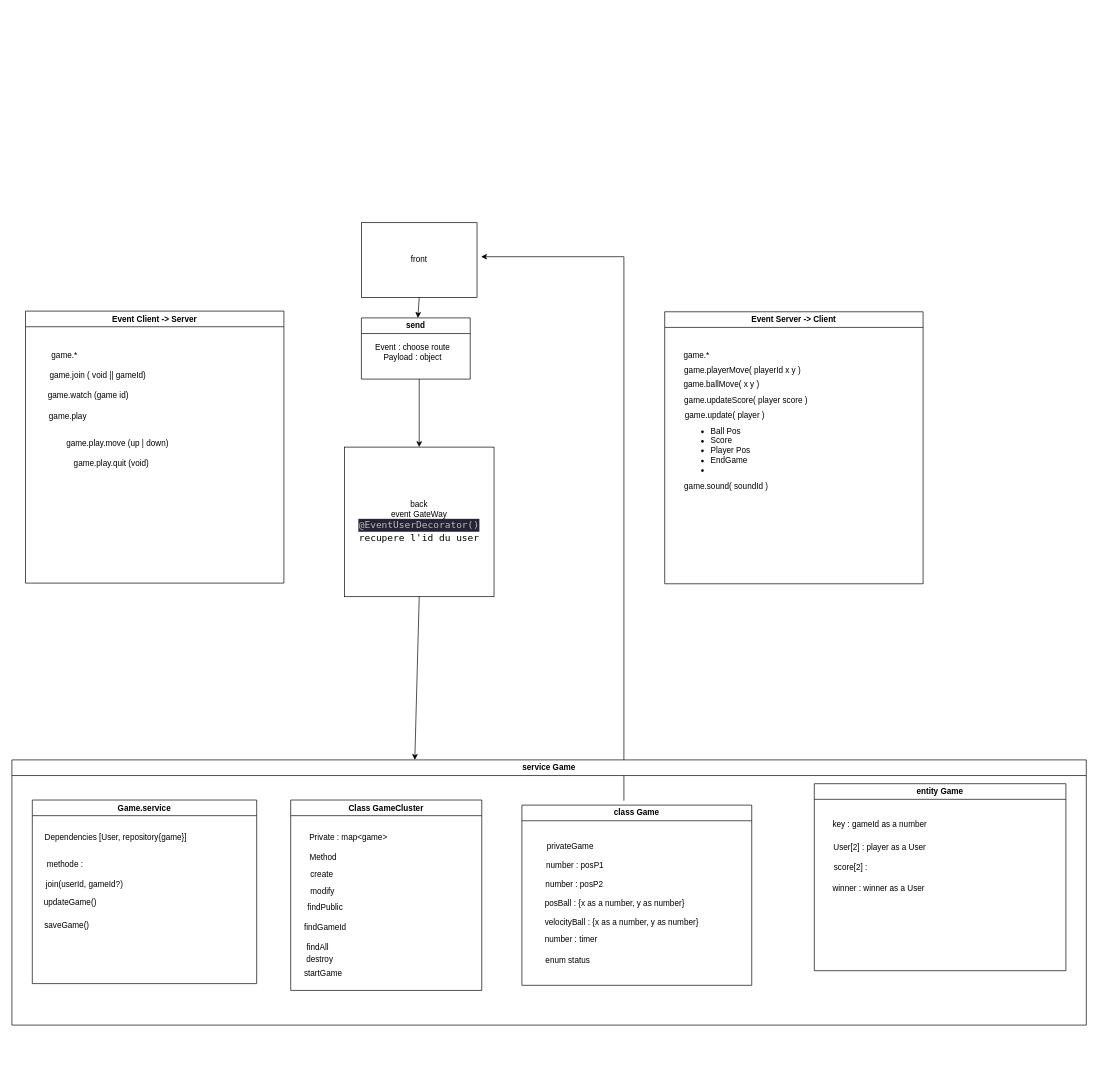
fleblay/42-ft_transcendence keeps this draw.io diagram as info/GameArchitecture.drawio. Above is the earlier version. Source tidied: cells renumbered, new cells numbered last; positions are measured from the earlier drawing's top-left corner, leaving out a move shared by most shapes. Both pictures are drawn from the tidied source at 68%, with x=0, y=0 at pixel (12, 222).
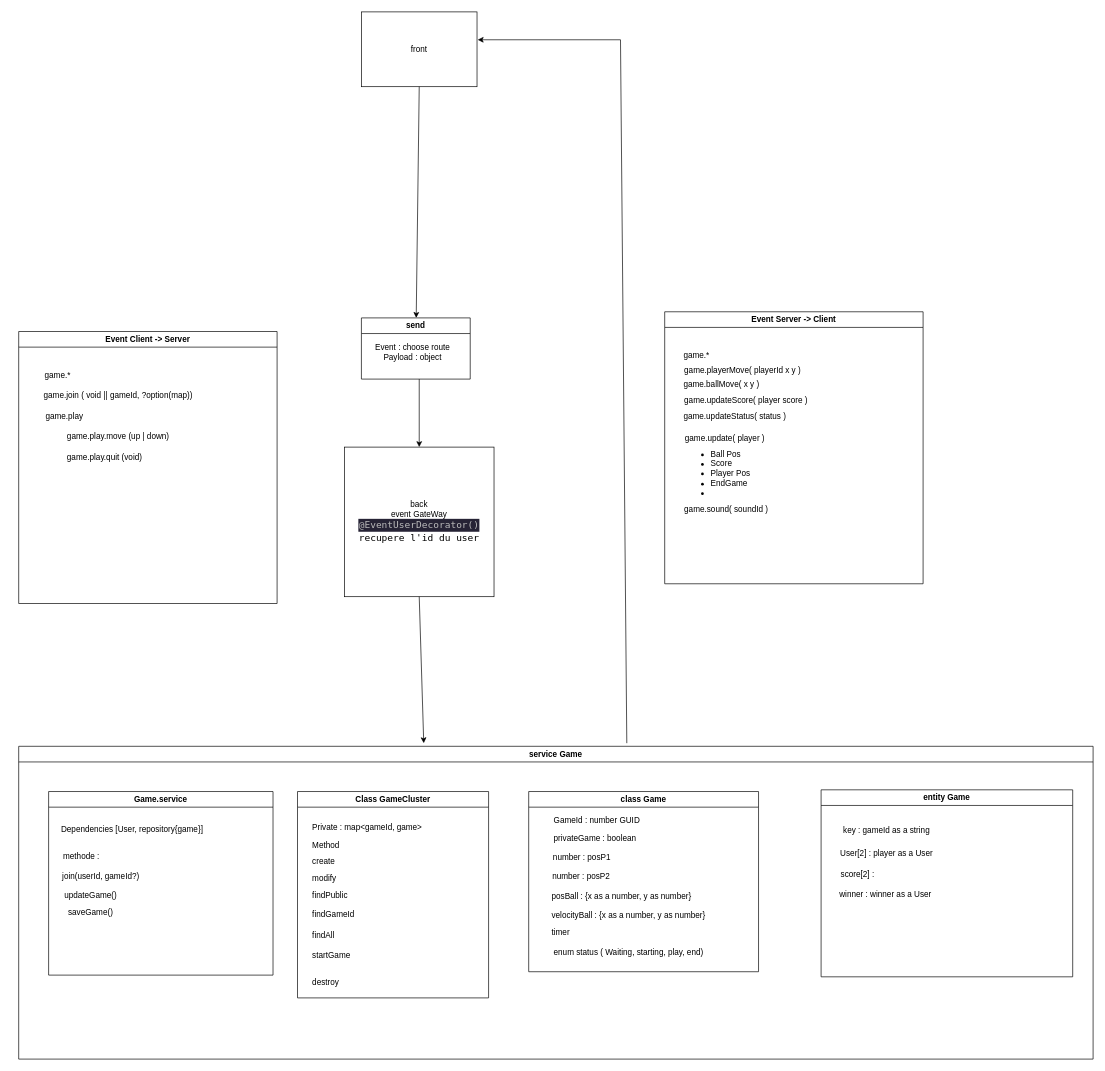
The same page after the edit.

Commit message:
Mettre à jour GameArchitecture.drawio

Unchanged cells that the change refers to:
```xml
<mxCell id="3" value="back&lt;br&gt;event GateWay&lt;br&gt;&lt;div style=&quot;color: rgb(187, 187, 187); background-color: rgb(38, 35, 53); font-family: &amp;quot;Droid Sans Mono&amp;quot;, &amp;quot;monospace&amp;quot;, monospace; font-size: 14px; line-height: 19px;&quot;&gt;@EventUserDecorator()&lt;/div&gt;&lt;div style=&quot;font-family: &amp;quot;Droid Sans Mono&amp;quot;, &amp;quot;monospace&amp;quot;, monospace; font-size: 14px; line-height: 19px;&quot;&gt;&lt;span style=&quot;background-color: rgb(255, 255, 255);&quot;&gt;recupere l'id du user&lt;/span&gt;&lt;/div&gt;" style="whiteSpace=wrap;html=1;" parent="1" vertex="1">
  <mxGeometry x="489" y="330" width="220" height="220" as="geometry" />
</mxCell>
<mxCell id="22" value="Event Server -&amp;gt; Client" style="swimlane;whiteSpace=wrap;html=1;" parent="1" vertex="1">
  <mxGeometry x="960" y="131" width="380" height="400" as="geometry" />
</mxCell>
<mxCell id="47" value="class Game" style="swimlane;whiteSpace=wrap;html=1;" parent="30" vertex="1">
  <mxGeometry x="750" y="66.5" width="338" height="265" as="geometry" />
</mxCell>
```

Diff of the diagram source:
```diff
@@
     <mxCell id="2" value="front" style="rounded=0;whiteSpace=wrap;html=1;" parent="1" vertex="1">
-      <mxGeometry x="514" width="170" height="110" as="geometry" />
+      <mxGeometry x="514" y="-310" width="170" height="110" as="geometry" />
     </mxCell>
@@
     <mxCell id="7" value="Event Client -&amp;gt; Server" style="swimlane;whiteSpace=wrap;html=1;" parent="1" vertex="1">
-      <mxGeometry x="20" y="130" width="380" height="400" as="geometry" />
+      <mxGeometry x="10" y="160" width="380" height="400" as="geometry" />
     </mxCell>
@@
-    <mxCell id="9" value="game.join ( void || gameId)" style="text;html=1;align=center;verticalAlign=middle;strokeColor=none;fillColor=none;" parent="7" vertex="1">
-      <mxGeometry x="21" y="80" width="170" height="30" as="geometry" />
+    <mxCell id="9" value="game.join ( void || gameId, ?option(map))" style="text;html=1;align=center;verticalAlign=middle;strokeColor=none;fillColor=none;" parent="7" vertex="1">
+      <mxGeometry x="26" y="80" width="240" height="30" as="geometry" />
     </mxCell>
-    <mxCell id="10" value="game.watch (game id)" style="text;html=1;align=center;verticalAlign=middle;strokeColor=none;fillColor=none;" parent="7" vertex="1">
-      <mxGeometry x="22" y="110" width="140" height="30" as="geometry" />
-    </mxCell>
     <mxCell id="11" value="game.play" style="text;html=1;align=center;verticalAlign=middle;strokeColor=none;fillColor=none;" parent="7" vertex="1">
-      <mxGeometry x="22" y="140" width="80" height="30" as="geometry" />
+      <mxGeometry x="27" y="110" width="80" height="30" as="geometry" />
     </mxCell>
     <mxCell id="12" value="game.play.move (up | down)" style="text;html=1;align=center;verticalAlign=middle;strokeColor=none;fillColor=none;" parent="7" vertex="1">
-      <mxGeometry x="50" y="180" width="170" height="30" as="geometry" />
+      <mxGeometry x="61" y="140" width="170" height="30" as="geometry" />
     </mxCell>
     <mxCell id="13" value="game.play.quit (void)" style="text;html=1;align=center;verticalAlign=middle;strokeColor=none;fillColor=none;" parent="7" vertex="1">
-      <mxGeometry x="61" y="210" width="130" height="30" as="geometry" />
+      <mxGeometry x="61" y="170" width="130" height="30" as="geometry" />
     </mxCell>
-    <mxCell id="14" style="endArrow=classic;html=1;rounded=0;exitX=0.5;exitY=1;exitDx=0;exitDy=0;entryX=0.375;entryY=0;entryDx=0;entryDy=0;entryPerimeter=0;" parent="1" edge="1" source="3" target="30">
+    <mxCell id="14" style="endArrow=classic;html=1;rounded=0;exitX=0.5;exitY=1;exitDx=0;exitDy=0;entryX=0.377;entryY=-0.01;entryDx=0;entryDy=0;entryPerimeter=0;" parent="1" edge="1" source="3" target="30">
       <mxGeometry relative="1" as="geometry" />
     </mxCell>
-    <mxCell id="15" value="entity Game" style="swimlane;whiteSpace=wrap;html=1;startSize=23;" parent="1" vertex="1">
-      <mxGeometry x="1180" y="825" width="370" height="275" as="geometry" />
-    </mxCell>
-    <mxCell id="16" value="key : gameId as a number" style="text;html=1;align=center;verticalAlign=middle;strokeColor=none;fillColor=none;" parent="15" vertex="1">
-      <mxGeometry x="16" y="45" width="160" height="30" as="geometry" />
-    </mxCell>
-    <mxCell id="17" value="User[2] : player as a User" style="text;html=1;align=center;verticalAlign=middle;strokeColor=none;fillColor=none;" parent="15" vertex="1">
-      <mxGeometry x="16" y="79" width="160" height="30" as="geometry" />
-    </mxCell>
-    <mxCell id="18" value="score[2] :&amp;nbsp;" style="text;html=1;align=center;verticalAlign=middle;strokeColor=none;fillColor=none;" parent="15" vertex="1">
-      <mxGeometry x="15" y="109" width="80" height="30" as="geometry" />
-    </mxCell>
-    <mxCell id="19" value="winner : winner as a User&amp;nbsp;" style="text;html=1;align=center;verticalAlign=middle;strokeColor=none;fillColor=none;" parent="15" vertex="1">
-      <mxGeometry x="16" y="139" width="160" height="30" as="geometry" />
-    </mxCell>
-    <mxCell id="20" style="endArrow=classic;html=1;rounded=0;" parent="1" edge="1">
+    <mxCell id="20" style="endArrow=classic;html=1;rounded=0;exitX=0.566;exitY=-0.01;exitDx=0;exitDy=0;exitPerimeter=0;" parent="1" edge="1" source="30">
       <mxGeometry relative="1" as="geometry">
-        <mxPoint x="900" y="850" as="sourcePoint" />
-        <mxPoint x="690" y="50" as="targetPoint" />
+        <mxPoint x="685" y="-269" as="targetPoint" />
         <Array as="points">
-          <mxPoint x="900" y="50" />
+          <mxPoint x="895" y="-269" />
         </Array>
       </mxGeometry>
     </mxCell>
@@
     <mxCell id="25" value="&lt;ul&gt;&lt;li&gt;Ball Pos&lt;/li&gt;&lt;li&gt;Score&lt;/li&gt;&lt;li&gt;Player Pos&lt;/li&gt;&lt;li&gt;EndGame&lt;/li&gt;&lt;li&gt;&lt;br&gt;&lt;/li&gt;&lt;/ul&gt;" style="text;html=1;align=left;verticalAlign=middle;strokeColor=none;fillColor=none;" parent="22" vertex="1">
-      <mxGeometry x="26" y="149" width="120" height="110" as="geometry" />
+      <mxGeometry x="26" y="183" width="120" height="110" as="geometry" />
     </mxCell>
+    <mxCell id="55" value="game.updateStatus( status )" style="text;html=1;align=left;verticalAlign=middle;strokeColor=none;fillColor=none;" parent="22" vertex="1">
+      <mxGeometry x="26" y="139" width="170" height="30" as="geometry" />
+    </mxCell>
@@
     <mxCell id="28" value="game.update( player )&lt;span style=&quot;white-space: pre;&quot;&gt; &lt;/span&gt;" style="text;html=1;align=left;verticalAlign=middle;strokeColor=none;fillColor=none;" parent="1" vertex="1">
-      <mxGeometry x="988" y="268" width="160" height="30" as="geometry" />
+      <mxGeometry x="988" y="302" width="160" height="30" as="geometry" />
     </mxCell>
     <mxCell id="29" value="game.sound( soundId )&lt;span style=&quot;white-space: pre;&quot;&gt; &lt;/span&gt;" style="text;html=1;align=left;verticalAlign=middle;strokeColor=none;fillColor=none;" parent="1" vertex="1">
-      <mxGeometry x="987" y="373" width="160" height="30" as="geometry" />
+      <mxGeometry x="987" y="407" width="160" height="30" as="geometry" />
     </mxCell>
     <mxCell id="30" value="service Game" style="swimlane;whiteSpace=wrap;html=1;" parent="1" vertex="1">
-      <mxGeometry y="790" width="1580" height="390" as="geometry" />
+      <mxGeometry x="10" y="770" width="1580" height="460" as="geometry" />
     </mxCell>
     <mxCell id="31" value="Class GameCluster" style="swimlane;whiteSpace=wrap;html=1;startSize=23;" parent="30" vertex="1">
-      <mxGeometry x="410" y="59" width="281" height="280" as="geometry" />
+      <mxGeometry x="410" y="66.5" width="281" height="303.5" as="geometry" />
     </mxCell>
-    <mxCell id="32" value="create" style="text;html=1;strokeColor=none;fillColor=none;align=center;verticalAlign=middle;whiteSpace=wrap;rounded=0;" parent="31" vertex="1">
-      <mxGeometry x="16" y="94" width="60" height="30" as="geometry" />
+    <mxCell id="32" value="create" style="text;html=1;strokeColor=none;fillColor=none;align=left;verticalAlign=middle;whiteSpace=wrap;rounded=0;" parent="31" vertex="1">
+      <mxGeometry x="20" y="88.5" width="60" height="30" as="geometry" />
     </mxCell>
-    <mxCell id="33" value="modify" style="text;html=1;strokeColor=none;fillColor=none;align=center;verticalAlign=middle;whiteSpace=wrap;rounded=0;" parent="31" vertex="1">
-      <mxGeometry x="17" y="119" width="60" height="30" as="geometry" />
+    <mxCell id="33" value="modify" style="text;html=1;strokeColor=none;fillColor=none;align=left;verticalAlign=middle;whiteSpace=wrap;rounded=0;" parent="31" vertex="1">
+      <mxGeometry x="20" y="113.5" width="60" height="30" as="geometry" />
     </mxCell>
-    <mxCell id="34" value="findPublic" style="text;html=1;strokeColor=none;fillColor=none;align=center;verticalAlign=middle;whiteSpace=wrap;rounded=0;" parent="31" vertex="1">
-      <mxGeometry x="21" y="143" width="60" height="29" as="geometry" />
+    <mxCell id="34" value="findPublic" style="text;html=1;strokeColor=none;fillColor=none;align=left;verticalAlign=middle;whiteSpace=wrap;rounded=0;" parent="31" vertex="1">
+      <mxGeometry x="20" y="137.5" width="60" height="29" as="geometry" />
     </mxCell>
-    <mxCell id="35" value="findGameId" style="text;html=1;strokeColor=none;fillColor=none;align=center;verticalAlign=middle;whiteSpace=wrap;rounded=0;" parent="31" vertex="1">
-      <mxGeometry x="21" y="172" width="60" height="30" as="geometry" />
+    <mxCell id="35" value="findGameId" style="text;html=1;strokeColor=none;fillColor=none;align=left;verticalAlign=middle;whiteSpace=wrap;rounded=0;" parent="31" vertex="1">
+      <mxGeometry x="20" y="166.5" width="60" height="30" as="geometry" />
     </mxCell>
-    <mxCell id="36" value="destroy" style="text;html=1;strokeColor=none;fillColor=none;align=center;verticalAlign=middle;whiteSpace=wrap;rounded=0;" parent="31" vertex="1">
-      <mxGeometry x="13" y="220" width="60" height="30" as="geometry" />
+    <mxCell id="36" value="destroy" style="text;html=1;strokeColor=none;fillColor=none;align=left;verticalAlign=middle;whiteSpace=wrap;rounded=0;" parent="31" vertex="1">
+      <mxGeometry x="20" y="265" width="60" height="30" as="geometry" />
     </mxCell>
-    <mxCell id="37" value="Method" style="text;html=1;strokeColor=none;fillColor=none;align=center;verticalAlign=middle;whiteSpace=wrap;rounded=0;" parent="31" vertex="1">
-      <mxGeometry x="-2" y="75" width="100" height="20" as="geometry" />
+    <mxCell id="37" value="Method" style="text;html=1;strokeColor=none;fillColor=none;align=left;verticalAlign=middle;whiteSpace=wrap;rounded=0;" parent="31" vertex="1">
+      <mxGeometry x="20" y="69.5" width="100" height="20" as="geometry" />
     </mxCell>
-    <mxCell id="38" value="startGame" style="text;html=1;strokeColor=none;fillColor=none;align=center;verticalAlign=middle;whiteSpace=wrap;rounded=0;" parent="31" vertex="1">
-      <mxGeometry x="18" y="240" width="60" height="30" as="geometry" />
+    <mxCell id="38" value="startGame" style="text;html=1;strokeColor=none;fillColor=none;align=left;verticalAlign=middle;whiteSpace=wrap;rounded=0;" parent="31" vertex="1">
+      <mxGeometry x="20" y="226.5" width="60" height="30" as="geometry" />
     </mxCell>
-    <mxCell id="39" value="Private : map&amp;lt;game&amp;gt;" style="text;html=1;strokeColor=none;fillColor=none;align=center;verticalAlign=middle;whiteSpace=wrap;rounded=0;" parent="31" vertex="1">
-      <mxGeometry x="10" y="30" width="150" height="50" as="geometry" />
+    <mxCell id="39" value="Private : map&amp;lt;gameId, game&amp;gt;" style="text;html=1;strokeColor=none;fillColor=none;align=left;verticalAlign=middle;whiteSpace=wrap;rounded=0;" parent="31" vertex="1">
+      <mxGeometry x="20" y="28" width="180" height="50" as="geometry" />
     </mxCell>
-    <mxCell id="40" value="findAll" style="text;html=1;strokeColor=none;fillColor=none;align=center;verticalAlign=middle;whiteSpace=wrap;rounded=0;" parent="31" vertex="1">
-      <mxGeometry x="10" y="202" width="60" height="30" as="geometry" />
+    <mxCell id="40" value="findAll" style="text;html=1;strokeColor=none;fillColor=none;align=left;verticalAlign=middle;whiteSpace=wrap;rounded=0;" parent="31" vertex="1">
+      <mxGeometry x="20" y="196.5" width="60" height="30" as="geometry" />
     </mxCell>
     <mxCell id="41" value="Game.service" style="swimlane;whiteSpace=wrap;html=1;" parent="30" vertex="1">
-      <mxGeometry x="30" y="59" width="330" height="270" as="geometry" />
+      <mxGeometry x="44" y="66.5" width="330" height="270" as="geometry" />
     </mxCell>
@@
     <mxCell id="45" value="saveGame()" style="text;html=1;strokeColor=none;fillColor=none;align=center;verticalAlign=middle;whiteSpace=wrap;rounded=0;" parent="41" vertex="1">
-      <mxGeometry x="-19" y="160" width="140" height="50" as="geometry" />
+      <mxGeometry x="-8" y="153.5" width="140" height="50" as="geometry" />
     </mxCell>
     <mxCell id="46" value="updateGame()" style="text;html=1;strokeColor=none;fillColor=none;align=center;verticalAlign=middle;whiteSpace=wrap;rounded=0;" parent="41" vertex="1">
-      <mxGeometry x="-19" y="136" width="150" height="30" as="geometry" />
+      <mxGeometry x="-13" y="140" width="150" height="26.5" as="geometry" />
     </mxCell>
@@
     <mxCell id="48" value="posBall : {x as a number, y as number}&amp;nbsp;" style="text;html=1;align=left;verticalAlign=middle;strokeColor=none;fillColor=none;" parent="47" vertex="1">
-      <mxGeometry x="32" y="130" width="230" height="30" as="geometry" />
+      <mxGeometry x="32" y="139" width="230" height="30" as="geometry" />
     </mxCell>
     <mxCell id="49" value="&lt;br&gt;number : posP1&amp;nbsp;" style="text;html=1;align=left;verticalAlign=middle;strokeColor=none;fillColor=none;" parent="47" vertex="1">
-      <mxGeometry x="34" y="60" width="110" height="40" as="geometry" />
+      <mxGeometry x="34" y="69" width="110" height="40" as="geometry" />
     </mxCell>
     <mxCell id="50" value="&lt;br&gt;number : posP2&amp;nbsp;" style="text;html=1;align=left;verticalAlign=middle;strokeColor=none;fillColor=none;" parent="47" vertex="1">
-      <mxGeometry x="33" y="88" width="110" height="40" as="geometry" />
+      <mxGeometry x="33" y="97" width="110" height="40" as="geometry" />
     </mxCell>
-    <mxCell id="51" value="number : timer" style="text;html=1;align=left;verticalAlign=middle;strokeColor=none;fillColor=none;" parent="47" vertex="1">
-      <mxGeometry x="32" y="183" width="100" height="30" as="geometry" />
+    <mxCell id="51" value="timer" style="text;html=1;align=left;verticalAlign=middle;strokeColor=none;fillColor=none;" parent="47" vertex="1">
+      <mxGeometry x="32" y="192" width="50" height="30" as="geometry" />
     </mxCell>
-    <mxCell id="52" value="privateGame" style="text;html=1;align=left;verticalAlign=middle;strokeColor=none;fillColor=none;" parent="47" vertex="1">
-      <mxGeometry x="35" y="45" width="90" height="30" as="geometry" />
+    <mxCell id="52" value="privateGame : boolean&lt;br&gt;" style="text;html=1;align=left;verticalAlign=middle;strokeColor=none;fillColor=none;" parent="47" vertex="1">
+      <mxGeometry x="35" y="54" width="140" height="30" as="geometry" />
     </mxCell>
-    <mxCell id="53" value="enum status" style="text;html=1;align=left;verticalAlign=middle;strokeColor=none;fillColor=none;" parent="47" vertex="1">
-      <mxGeometry x="33" y="213" width="90" height="30" as="geometry" />
+    <mxCell id="53" value="enum status ( Waiting, starting, play, end)" style="text;html=1;align=left;verticalAlign=middle;strokeColor=none;fillColor=none;" parent="47" vertex="1">
+      <mxGeometry x="35" y="222" width="240" height="30" as="geometry" />
     </mxCell>
     <mxCell id="54" value="velocityBall : {x as a number, y as number}&amp;nbsp;" style="text;html=1;align=left;verticalAlign=middle;strokeColor=none;fillColor=none;" parent="47" vertex="1">
-      <mxGeometry x="32" y="158" width="250" height="30" as="geometry" />
+      <mxGeometry x="32" y="167" width="250" height="30" as="geometry" />
     </mxCell>
+    <mxCell id="56" value="GameId : number GUID" style="text;html=1;strokeColor=none;fillColor=none;align=center;verticalAlign=middle;whiteSpace=wrap;rounded=0;" parent="47" vertex="1">
+      <mxGeometry x="19.5" y="24" width="160.5" height="36" as="geometry" />
+    </mxCell>
+    <mxCell id="15" value="entity Game" style="swimlane;whiteSpace=wrap;html=1;startSize=23;" parent="30" vertex="1">
+      <mxGeometry x="1180" y="64" width="370" height="275" as="geometry" />
+    </mxCell>
+    <mxCell id="16" value="key : gameId as a string" style="text;html=1;align=center;verticalAlign=middle;strokeColor=none;fillColor=none;" parent="15" vertex="1">
+      <mxGeometry x="21" y="45" width="150" height="30" as="geometry" />
+    </mxCell>
+    <mxCell id="17" value="User[2] : player as a User" style="text;html=1;align=center;verticalAlign=middle;strokeColor=none;fillColor=none;" parent="15" vertex="1">
+      <mxGeometry x="16" y="79" width="160" height="30" as="geometry" />
+    </mxCell>
+    <mxCell id="18" value="score[2] :&amp;nbsp;" style="text;html=1;align=center;verticalAlign=middle;strokeColor=none;fillColor=none;" parent="15" vertex="1">
+      <mxGeometry x="15" y="109" width="80" height="30" as="geometry" />
+    </mxCell>
+    <mxCell id="19" value="winner : winner as a User&amp;nbsp;" style="text;html=1;align=center;verticalAlign=middle;strokeColor=none;fillColor=none;" parent="15" vertex="1">
+      <mxGeometry x="16" y="139" width="160" height="30" as="geometry" />
+    </mxCell>
```
